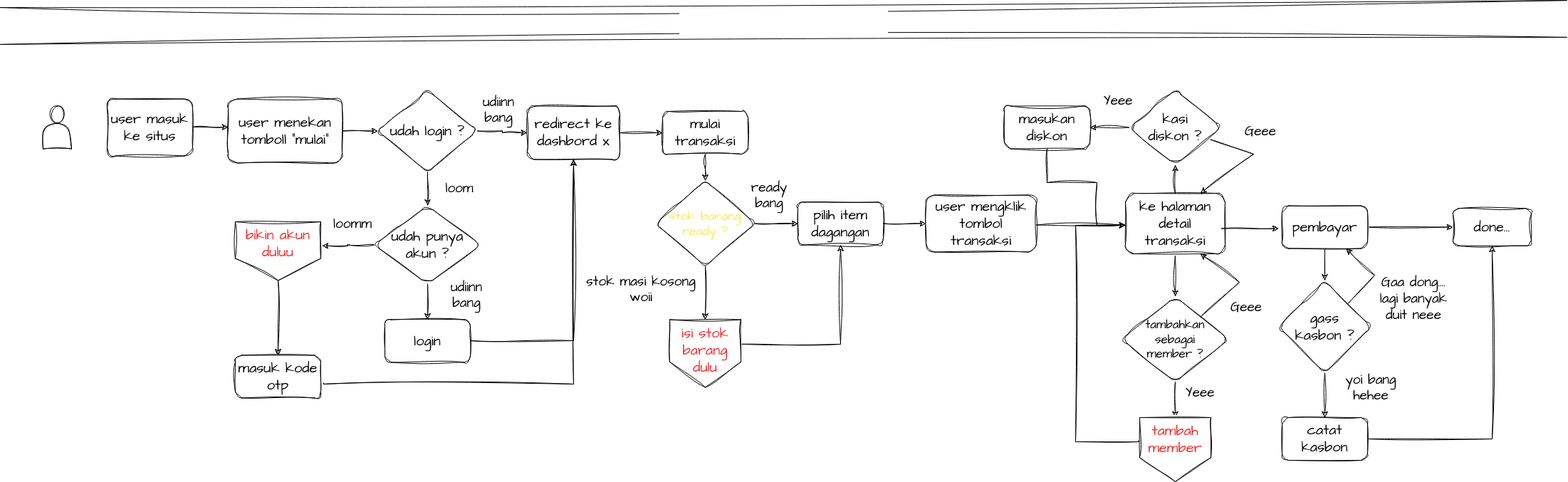
Before: Untitled Diagram.drawio.png, a diagram exported from draw.io (Petrichor-Dev/mypos). Source tidied: cells renumbered, new cells last; positions are measured from the earlier drawing's top-left corner, leaving out a move shared by most shapes.
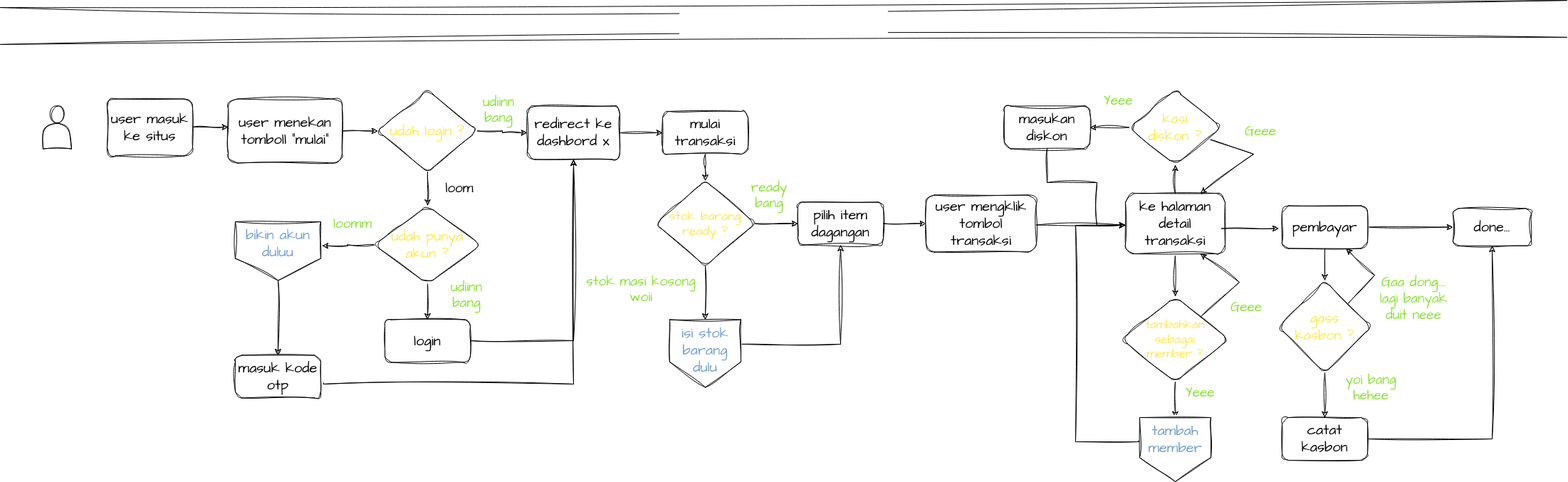
After the change.

What changed in the source:
```diff
@@ -35,3 +35,3 @@
     </mxCell>
-    <mxCell id="10" value="udah login ?" style="rhombus;whiteSpace=wrap;html=1;fontSize=20;fontFamily=Architects Daughter;rounded=1;sketch=1;curveFitting=1;jiggle=2;hachureGap=4;fontSource=https%3A%2F%2Ffonts.googleapis.com%2Fcss%3Ffamily%3DArchitects%2BDaughter;labelBackgroundColor=none;" parent="1" vertex="1">
+    <mxCell id="10" value="&lt;font color=&quot;#fce94f&quot;&gt;udah login ?&lt;/font&gt;" style="rhombus;whiteSpace=wrap;html=1;fontSize=20;fontFamily=Architects Daughter;rounded=1;sketch=1;curveFitting=1;jiggle=2;hachureGap=4;fontSource=https%3A%2F%2Ffonts.googleapis.com%2Fcss%3Ffamily%3DArchitects%2BDaughter;labelBackgroundColor=none;" parent="1" vertex="1">
       <mxGeometry x="530" y="100" width="140" height="115" as="geometry" />
@@ -44,3 +44,3 @@
     </mxCell>
-    <mxCell id="13" value="udah punya akun ?" style="rhombus;whiteSpace=wrap;html=1;fontSize=20;fontFamily=Architects Daughter;rounded=1;sketch=1;curveFitting=1;jiggle=2;hachureGap=4;fontSource=https%3A%2F%2Ffonts.googleapis.com%2Fcss%3Ffamily%3DArchitects%2BDaughter;labelBackgroundColor=none;" parent="1" vertex="1">
+    <mxCell id="13" value="&lt;font color=&quot;#fce94f&quot;&gt;udah punya akun ?&lt;/font&gt;" style="rhombus;whiteSpace=wrap;html=1;fontSize=20;fontFamily=Architects Daughter;rounded=1;sketch=1;curveFitting=1;jiggle=2;hachureGap=4;fontSource=https%3A%2F%2Ffonts.googleapis.com%2Fcss%3Ffamily%3DArchitects%2BDaughter;labelBackgroundColor=none;" parent="1" vertex="1">
       <mxGeometry x="525" y="262.5" width="150" height="110" as="geometry" />
@@ -59,9 +59,9 @@
     </mxCell>
-    <mxCell id="18" value="&lt;font style=&quot;font-size: 19px;&quot;&gt;udiinn bang&lt;/font&gt;" style="text;strokeColor=none;align=center;fillColor=none;html=1;verticalAlign=middle;whiteSpace=wrap;rounded=0;sketch=1;hachureGap=4;jiggle=2;curveFitting=1;fontFamily=Architects Daughter;fontSource=https%3A%2F%2Ffonts.googleapis.com%2Fcss%3Ffamily%3DArchitects%2BDaughter;fontSize=19;labelBackgroundColor=none;" parent="1" vertex="1">
+    <mxCell id="18" value="&lt;font style=&quot;font-size: 19px;&quot; color=&quot;#8ae234&quot;&gt;udiinn bang&lt;/font&gt;" style="text;strokeColor=none;align=center;fillColor=none;html=1;verticalAlign=middle;whiteSpace=wrap;rounded=0;sketch=1;hachureGap=4;jiggle=2;curveFitting=1;fontFamily=Architects Daughter;fontSource=https%3A%2F%2Ffonts.googleapis.com%2Fcss%3Ffamily%3DArchitects%2BDaughter;fontSize=19;labelBackgroundColor=none;" parent="1" vertex="1">
       <mxGeometry x="610" y="372.5" width="90" height="30" as="geometry" />
     </mxCell>
-    <mxCell id="19" value="&lt;font style=&quot;font-size: 19px;&quot;&gt;udiinn bang&lt;/font&gt;" style="text;strokeColor=none;align=center;fillColor=none;html=1;verticalAlign=middle;whiteSpace=wrap;rounded=0;sketch=1;hachureGap=4;jiggle=2;curveFitting=1;fontFamily=Architects Daughter;fontSource=https%3A%2F%2Ffonts.googleapis.com%2Fcss%3Ffamily%3DArchitects%2BDaughter;fontSize=19;labelBackgroundColor=none;" parent="1" vertex="1">
+    <mxCell id="19" value="&lt;font style=&quot;font-size: 19px;&quot; color=&quot;#8ae234&quot;&gt;udiinn bang&lt;/font&gt;" style="text;strokeColor=none;align=center;fillColor=none;html=1;verticalAlign=middle;whiteSpace=wrap;rounded=0;sketch=1;hachureGap=4;jiggle=2;curveFitting=1;fontFamily=Architects Daughter;fontSource=https%3A%2F%2Ffonts.googleapis.com%2Fcss%3Ffamily%3DArchitects%2BDaughter;fontSize=19;labelBackgroundColor=none;" parent="1" vertex="1">
       <mxGeometry x="670" y="112.5" width="60" height="30" as="geometry" />
     </mxCell>
-    <mxCell id="20" value="&lt;font style=&quot;font-size: 19px;&quot;&gt;loomm&lt;/font&gt;" style="text;strokeColor=none;align=center;fillColor=none;html=1;verticalAlign=middle;whiteSpace=wrap;rounded=0;sketch=1;hachureGap=4;jiggle=2;curveFitting=1;fontFamily=Architects Daughter;fontSource=https%3A%2F%2Ffonts.googleapis.com%2Fcss%3Ffamily%3DArchitects%2BDaughter;fontSize=19;labelBackgroundColor=none;" parent="1" vertex="1">
+    <mxCell id="20" value="&lt;font style=&quot;font-size: 19px;&quot; color=&quot;#8ae234&quot;&gt;loomm&lt;/font&gt;" style="text;strokeColor=none;align=center;fillColor=none;html=1;verticalAlign=middle;whiteSpace=wrap;rounded=0;sketch=1;hachureGap=4;jiggle=2;curveFitting=1;fontFamily=Architects Daughter;fontSource=https%3A%2F%2Ffonts.googleapis.com%2Fcss%3Ffamily%3DArchitects%2BDaughter;fontSize=19;labelBackgroundColor=none;" parent="1" vertex="1">
       <mxGeometry x="465" y="272.5" width="60" height="30" as="geometry" />
@@ -109,6 +109,6 @@
     </mxCell>
-    <mxCell id="33" value="ready bang" style="text;strokeColor=none;align=center;fillColor=none;html=1;verticalAlign=middle;whiteSpace=wrap;rounded=0;sketch=1;hachureGap=4;jiggle=2;curveFitting=1;fontFamily=Architects Daughter;fontSource=https%3A%2F%2Ffonts.googleapis.com%2Fcss%3Ffamily%3DArchitects%2BDaughter;fontSize=19;labelBackgroundColor=none;" parent="1" vertex="1">
+    <mxCell id="33" value="&lt;font color=&quot;#8ae234&quot;&gt;ready bang&lt;/font&gt;" style="text;strokeColor=none;align=center;fillColor=none;html=1;verticalAlign=middle;whiteSpace=wrap;rounded=0;sketch=1;hachureGap=4;jiggle=2;curveFitting=1;fontFamily=Architects Daughter;fontSource=https%3A%2F%2Ffonts.googleapis.com%2Fcss%3Ffamily%3DArchitects%2BDaughter;fontSize=19;labelBackgroundColor=none;" parent="1" vertex="1">
       <mxGeometry x="1050" y="232.5" width="60" height="30" as="geometry" />
     </mxCell>
-    <mxCell id="34" value="&lt;font style=&quot;font-size: 19px;&quot;&gt;stok masi kosong woii &lt;/font&gt;" style="text;strokeColor=none;align=center;fillColor=none;html=1;verticalAlign=middle;whiteSpace=wrap;rounded=0;sketch=1;hachureGap=4;jiggle=2;curveFitting=1;fontFamily=Architects Daughter;fontSource=https%3A%2F%2Ffonts.googleapis.com%2Fcss%3Ffamily%3DArchitects%2BDaughter;fontSize=19;labelBackgroundColor=none;" parent="1" vertex="1">
+    <mxCell id="34" value="&lt;font style=&quot;font-size: 19px;&quot; color=&quot;#8ae234&quot;&gt;stok masi kosong woii &lt;/font&gt;" style="text;strokeColor=none;align=center;fillColor=none;html=1;verticalAlign=middle;whiteSpace=wrap;rounded=0;sketch=1;hachureGap=4;jiggle=2;curveFitting=1;fontFamily=Architects Daughter;fontSource=https%3A%2F%2Ffonts.googleapis.com%2Fcss%3Ffamily%3DArchitects%2BDaughter;fontSize=19;labelBackgroundColor=none;" parent="1" vertex="1">
       <mxGeometry x="820" y="360" width="160" height="40" as="geometry" />
@@ -134,3 +134,3 @@
     </mxCell>
-    <mxCell id="40" value="&lt;div&gt;kasi &lt;br&gt;&lt;/div&gt;&lt;div&gt;diskon ?&lt;br&gt;&lt;/div&gt;" style="rhombus;whiteSpace=wrap;html=1;fontSize=20;fontFamily=Architects Daughter;rounded=1;sketch=1;curveFitting=1;jiggle=2;hachureGap=4;fontSource=https%3A%2F%2Ffonts.googleapis.com%2Fcss%3Ffamily%3DArchitects%2BDaughter;spacing=2;labelBackgroundColor=none;" parent="1" vertex="1">
+    <mxCell id="40" value="&lt;div&gt;&lt;font color=&quot;#fce94f&quot;&gt;kasi &lt;br&gt;&lt;/font&gt;&lt;/div&gt;&lt;div&gt;&lt;font color=&quot;#fce94f&quot;&gt;diskon ?&lt;br&gt;&lt;/font&gt;&lt;/div&gt;" style="rhombus;whiteSpace=wrap;html=1;fontSize=20;fontFamily=Architects Daughter;rounded=1;sketch=1;curveFitting=1;jiggle=2;hachureGap=4;fontSource=https%3A%2F%2Ffonts.googleapis.com%2Fcss%3Ffamily%3DArchitects%2BDaughter;spacing=2;labelBackgroundColor=none;" parent="1" vertex="1">
       <mxGeometry x="1585" y="100" width="130" height="105" as="geometry" />
@@ -147,3 +147,3 @@
     </mxCell>
-    <mxCell id="43" value="&lt;div style=&quot;font-size: 17px;&quot;&gt;&lt;font style=&quot;font-size: 17px;&quot;&gt;tambahkan &lt;br&gt;&lt;/font&gt;&lt;/div&gt;&lt;div style=&quot;font-size: 17px;&quot;&gt;&lt;font style=&quot;font-size: 17px;&quot;&gt;sebagai &lt;br&gt;&lt;/font&gt;&lt;/div&gt;&lt;div style=&quot;font-size: 17px;&quot;&gt;&lt;font style=&quot;font-size: 17px;&quot;&gt;member &lt;/font&gt;?&lt;/div&gt;" style="rhombus;whiteSpace=wrap;html=1;fontSize=20;fontFamily=Architects Daughter;rounded=1;sketch=1;curveFitting=1;jiggle=2;hachureGap=4;fontSource=https%3A%2F%2Ffonts.googleapis.com%2Fcss%3Ffamily%3DArchitects%2BDaughter;spacing=2;labelBackgroundColor=none;" parent="1" vertex="1">
+    <mxCell id="43" value="&lt;div style=&quot;font-size: 17px;&quot;&gt;&lt;font style=&quot;font-size: 17px;&quot; color=&quot;#fce94f&quot;&gt;tambahkan &lt;br&gt;&lt;/font&gt;&lt;/div&gt;&lt;div style=&quot;font-size: 17px;&quot;&gt;&lt;font style=&quot;font-size: 17px;&quot; color=&quot;#fce94f&quot;&gt;sebagai &lt;br&gt;&lt;/font&gt;&lt;/div&gt;&lt;div style=&quot;font-size: 17px;&quot;&gt;&lt;font style=&quot;font-size: 17px;&quot; color=&quot;#fce94f&quot;&gt;member &lt;/font&gt;&lt;font color=&quot;#fce94f&quot;&gt;?&lt;/font&gt;&lt;/div&gt;" style="rhombus;whiteSpace=wrap;html=1;fontSize=20;fontFamily=Architects Daughter;rounded=1;sketch=1;curveFitting=1;jiggle=2;hachureGap=4;fontSource=https%3A%2F%2Ffonts.googleapis.com%2Fcss%3Ffamily%3DArchitects%2BDaughter;spacing=2;labelBackgroundColor=none;" parent="1" vertex="1">
       <mxGeometry x="1575" y="390" width="150" height="120" as="geometry" />
@@ -172,3 +172,3 @@
     </mxCell>
-    <mxCell id="49" value="&lt;font style=&quot;font-size: 19px;&quot;&gt;Yeee&lt;/font&gt;" style="text;strokeColor=none;align=center;fillColor=none;html=1;verticalAlign=middle;whiteSpace=wrap;rounded=0;sketch=1;hachureGap=4;jiggle=2;curveFitting=1;fontFamily=Architects Daughter;fontSource=https%3A%2F%2Ffonts.googleapis.com%2Fcss%3Ffamily%3DArchitects%2BDaughter;fontSize=19;labelBackgroundColor=none;" parent="1" vertex="1">
+    <mxCell id="49" value="&lt;font style=&quot;font-size: 19px;&quot; color=&quot;#8ae234&quot;&gt;Yeee&lt;/font&gt;" style="text;strokeColor=none;align=center;fillColor=none;html=1;verticalAlign=middle;whiteSpace=wrap;rounded=0;sketch=1;hachureGap=4;jiggle=2;curveFitting=1;fontFamily=Architects Daughter;fontSource=https%3A%2F%2Ffonts.googleapis.com%2Fcss%3Ffamily%3DArchitects%2BDaughter;fontSize=19;labelBackgroundColor=none;" parent="1" vertex="1">
       <mxGeometry x="1540" y="100" width="60" height="30" as="geometry" />
@@ -181,3 +181,3 @@
     </mxCell>
-    <mxCell id="51" value="&lt;font style=&quot;font-size: 19px;&quot;&gt;Yeee&lt;/font&gt;" style="text;strokeColor=none;align=center;fillColor=none;html=1;verticalAlign=middle;whiteSpace=wrap;rounded=0;sketch=1;hachureGap=4;jiggle=2;curveFitting=1;fontFamily=Architects Daughter;fontSource=https%3A%2F%2Ffonts.googleapis.com%2Fcss%3Ffamily%3DArchitects%2BDaughter;fontSize=19;labelBackgroundColor=none;" parent="1" vertex="1">
+    <mxCell id="51" value="&lt;font style=&quot;font-size: 19px;&quot; color=&quot;#8ae234&quot;&gt;Yeee&lt;/font&gt;" style="text;strokeColor=none;align=center;fillColor=none;html=1;verticalAlign=middle;whiteSpace=wrap;rounded=0;sketch=1;hachureGap=4;jiggle=2;curveFitting=1;fontFamily=Architects Daughter;fontSource=https%3A%2F%2Ffonts.googleapis.com%2Fcss%3Ffamily%3DArchitects%2BDaughter;fontSize=19;labelBackgroundColor=none;" parent="1" vertex="1">
       <mxGeometry x="1655" y="510" width="60" height="30" as="geometry" />
@@ -203,3 +203,3 @@
     </mxCell>
-    <mxCell id="55" value="&lt;div&gt;gass&lt;/div&gt;&lt;div&gt;kasbon ?&lt;br&gt;&lt;/div&gt;" style="rhombus;whiteSpace=wrap;html=1;fontSize=20;fontFamily=Architects Daughter;rounded=1;sketch=1;curveFitting=1;jiggle=2;hachureGap=4;fontSource=https%3A%2F%2Ffonts.googleapis.com%2Fcss%3Ffamily%3DArchitects%2BDaughter;spacing=2;labelBackgroundColor=none;" parent="1" vertex="1">
+    <mxCell id="55" value="&lt;div&gt;&lt;font color=&quot;#fce94f&quot;&gt;gass&lt;/font&gt;&lt;/div&gt;&lt;div&gt;&lt;font color=&quot;#fce94f&quot;&gt;kasbon ?&lt;br&gt;&lt;/font&gt;&lt;/div&gt;" style="rhombus;whiteSpace=wrap;html=1;fontSize=20;fontFamily=Architects Daughter;rounded=1;sketch=1;curveFitting=1;jiggle=2;hachureGap=4;fontSource=https%3A%2F%2Ffonts.googleapis.com%2Fcss%3Ffamily%3DArchitects%2BDaughter;spacing=2;labelBackgroundColor=none;" parent="1" vertex="1">
       <mxGeometry x="1795" y="367.5" width="130" height="130" as="geometry" />
@@ -215,3 +215,3 @@
     </mxCell>
-    <mxCell id="59" value="&lt;font style=&quot;font-size: 19px;&quot;&gt;yoi bang&lt;/font&gt; hehee " style="text;strokeColor=none;align=center;fillColor=none;html=1;verticalAlign=middle;whiteSpace=wrap;rounded=0;sketch=1;hachureGap=4;jiggle=2;curveFitting=1;fontFamily=Architects Daughter;fontSource=https%3A%2F%2Ffonts.googleapis.com%2Fcss%3Ffamily%3DArchitects%2BDaughter;fontSize=19;labelBackgroundColor=none;" parent="1" vertex="1">
+    <mxCell id="59" value="&lt;font style=&quot;font-size: 19px;&quot; color=&quot;#8ae234&quot;&gt;yoi bang&lt;/font&gt;&lt;font color=&quot;#8ae234&quot;&gt; hehee &lt;/font&gt;" style="text;strokeColor=none;align=center;fillColor=none;html=1;verticalAlign=middle;whiteSpace=wrap;rounded=0;sketch=1;hachureGap=4;jiggle=2;curveFitting=1;fontFamily=Architects Daughter;fontSource=https%3A%2F%2Ffonts.googleapis.com%2Fcss%3Ffamily%3DArchitects%2BDaughter;fontSize=19;labelBackgroundColor=none;" parent="1" vertex="1">
       <mxGeometry x="1870" y="497.5" width="110" height="40" as="geometry" />
@@ -239,18 +239,18 @@
     </mxCell>
-    <mxCell id="65" value="&lt;font color=&quot;#ef2929&quot;&gt;isi stok barang dulu&lt;/font&gt;" style="shape=offPageConnector;whiteSpace=wrap;html=1;sketch=1;hachureGap=4;jiggle=2;curveFitting=1;fontFamily=Architects Daughter;fontSource=https%3A%2F%2Ffonts.googleapis.com%2Fcss%3Ffamily%3DArchitects%2BDaughter;fontSize=20;verticalAlign=top;" parent="1" vertex="1">
+    <mxCell id="65" value="&lt;font color=&quot;#729fcf&quot;&gt;isi stok barang dulu&lt;/font&gt;" style="shape=offPageConnector;whiteSpace=wrap;html=1;sketch=1;hachureGap=4;jiggle=2;curveFitting=1;fontFamily=Architects Daughter;fontSource=https%3A%2F%2Ffonts.googleapis.com%2Fcss%3Ffamily%3DArchitects%2BDaughter;fontSize=20;verticalAlign=top;" parent="1" vertex="1">
       <mxGeometry x="940" y="422.5" width="100" height="95" as="geometry" />
     </mxCell>
-    <mxCell id="66" value="Geee" style="text;strokeColor=none;align=center;fillColor=none;html=1;verticalAlign=middle;whiteSpace=wrap;rounded=0;sketch=1;hachureGap=4;jiggle=2;curveFitting=1;fontFamily=Architects Daughter;fontSource=https%3A%2F%2Ffonts.googleapis.com%2Fcss%3Ffamily%3DArchitects%2BDaughter;fontSize=19;labelBackgroundColor=none;" parent="1" vertex="1">
+    <mxCell id="66" value="&lt;font color=&quot;#8ae234&quot;&gt;Geee&lt;/font&gt;" style="text;strokeColor=none;align=center;fillColor=none;html=1;verticalAlign=middle;whiteSpace=wrap;rounded=0;sketch=1;hachureGap=4;jiggle=2;curveFitting=1;fontFamily=Architects Daughter;fontSource=https%3A%2F%2Ffonts.googleapis.com%2Fcss%3Ffamily%3DArchitects%2BDaughter;fontSize=19;labelBackgroundColor=none;" parent="1" vertex="1">
       <mxGeometry x="1720" y="390" width="60" height="30" as="geometry" />
     </mxCell>
-    <mxCell id="67" value="Geee" style="text;strokeColor=none;align=center;fillColor=none;html=1;verticalAlign=middle;whiteSpace=wrap;rounded=0;sketch=1;hachureGap=4;jiggle=2;curveFitting=1;fontFamily=Architects Daughter;fontSource=https%3A%2F%2Ffonts.googleapis.com%2Fcss%3Ffamily%3DArchitects%2BDaughter;fontSize=19;labelBackgroundColor=none;" parent="1" vertex="1">
+    <mxCell id="67" value="&lt;font color=&quot;#8ae234&quot;&gt;Geee&lt;/font&gt;" style="text;strokeColor=none;align=center;fillColor=none;html=1;verticalAlign=middle;whiteSpace=wrap;rounded=0;sketch=1;hachureGap=4;jiggle=2;curveFitting=1;fontFamily=Architects Daughter;fontSource=https%3A%2F%2Ffonts.googleapis.com%2Fcss%3Ffamily%3DArchitects%2BDaughter;fontSize=19;labelBackgroundColor=none;" parent="1" vertex="1">
       <mxGeometry x="1740" y="142.5" width="60" height="30" as="geometry" />
     </mxCell>
-    <mxCell id="68" value="&lt;div&gt;Gaa dong....&lt;/div&gt;&lt;div&gt;lagi banyak duit neee&lt;br&gt;&lt;/div&gt;" style="text;strokeColor=none;align=center;fillColor=none;html=1;verticalAlign=middle;whiteSpace=wrap;rounded=0;sketch=1;hachureGap=4;jiggle=2;curveFitting=1;fontFamily=Architects Daughter;fontSource=https%3A%2F%2Ffonts.googleapis.com%2Fcss%3Ffamily%3DArchitects%2BDaughter;fontSize=19;labelBackgroundColor=none;" parent="1" vertex="1">
+    <mxCell id="68" value="&lt;div&gt;&lt;font color=&quot;#8ae234&quot;&gt;Gaa dong....&lt;/font&gt;&lt;/div&gt;&lt;div&gt;&lt;font color=&quot;#8ae234&quot;&gt;lagi banyak duit neee&lt;br&gt;&lt;/font&gt;&lt;/div&gt;" style="text;strokeColor=none;align=center;fillColor=none;html=1;verticalAlign=middle;whiteSpace=wrap;rounded=0;sketch=1;hachureGap=4;jiggle=2;curveFitting=1;fontFamily=Architects Daughter;fontSource=https%3A%2F%2Ffonts.googleapis.com%2Fcss%3Ffamily%3DArchitects%2BDaughter;fontSize=19;labelBackgroundColor=none;" parent="1" vertex="1">
       <mxGeometry x="1930" y="372.5" width="110" height="40" as="geometry" />
     </mxCell>
-    <mxCell id="69" value="&lt;font color=&quot;#ef2929&quot;&gt;tambah member&lt;/font&gt;" style="shape=offPageConnector;whiteSpace=wrap;html=1;sketch=1;hachureGap=4;jiggle=2;curveFitting=1;fontFamily=Architects Daughter;fontSource=https%3A%2F%2Ffonts.googleapis.com%2Fcss%3Ffamily%3DArchitects%2BDaughter;fontSize=20;verticalAlign=top;" parent="1" vertex="1">
+    <mxCell id="69" value="&lt;font color=&quot;#729fcf&quot;&gt;tambah member&lt;/font&gt;" style="shape=offPageConnector;whiteSpace=wrap;html=1;sketch=1;hachureGap=4;jiggle=2;curveFitting=1;fontFamily=Architects Daughter;fontSource=https%3A%2F%2Ffonts.googleapis.com%2Fcss%3Ffamily%3DArchitects%2BDaughter;fontSize=20;verticalAlign=top;" parent="1" vertex="1">
       <mxGeometry x="1600" y="560" width="100" height="90" as="geometry" />
     </mxCell>
-    <mxCell id="70" value="&lt;font color=&quot;#ef2929&quot;&gt;bikin akun duluu&lt;/font&gt;" style="shape=offPageConnector;whiteSpace=wrap;html=1;sketch=1;hachureGap=4;jiggle=2;curveFitting=1;fontFamily=Architects Daughter;fontSource=https%3A%2F%2Ffonts.googleapis.com%2Fcss%3Ffamily%3DArchitects%2BDaughter;fontSize=20;verticalAlign=top;" parent="1" vertex="1">
+    <mxCell id="70" value="&lt;font color=&quot;#729fcf&quot;&gt;bikin akun duluu&lt;/font&gt;" style="shape=offPageConnector;whiteSpace=wrap;html=1;sketch=1;hachureGap=4;jiggle=2;curveFitting=1;fontFamily=Architects Daughter;fontSource=https%3A%2F%2Ffonts.googleapis.com%2Fcss%3Ffamily%3DArchitects%2BDaughter;fontSize=20;verticalAlign=top;" parent="1" vertex="1">
       <mxGeometry x="330" y="285" width="120" height="82.5" as="geometry" />
```
